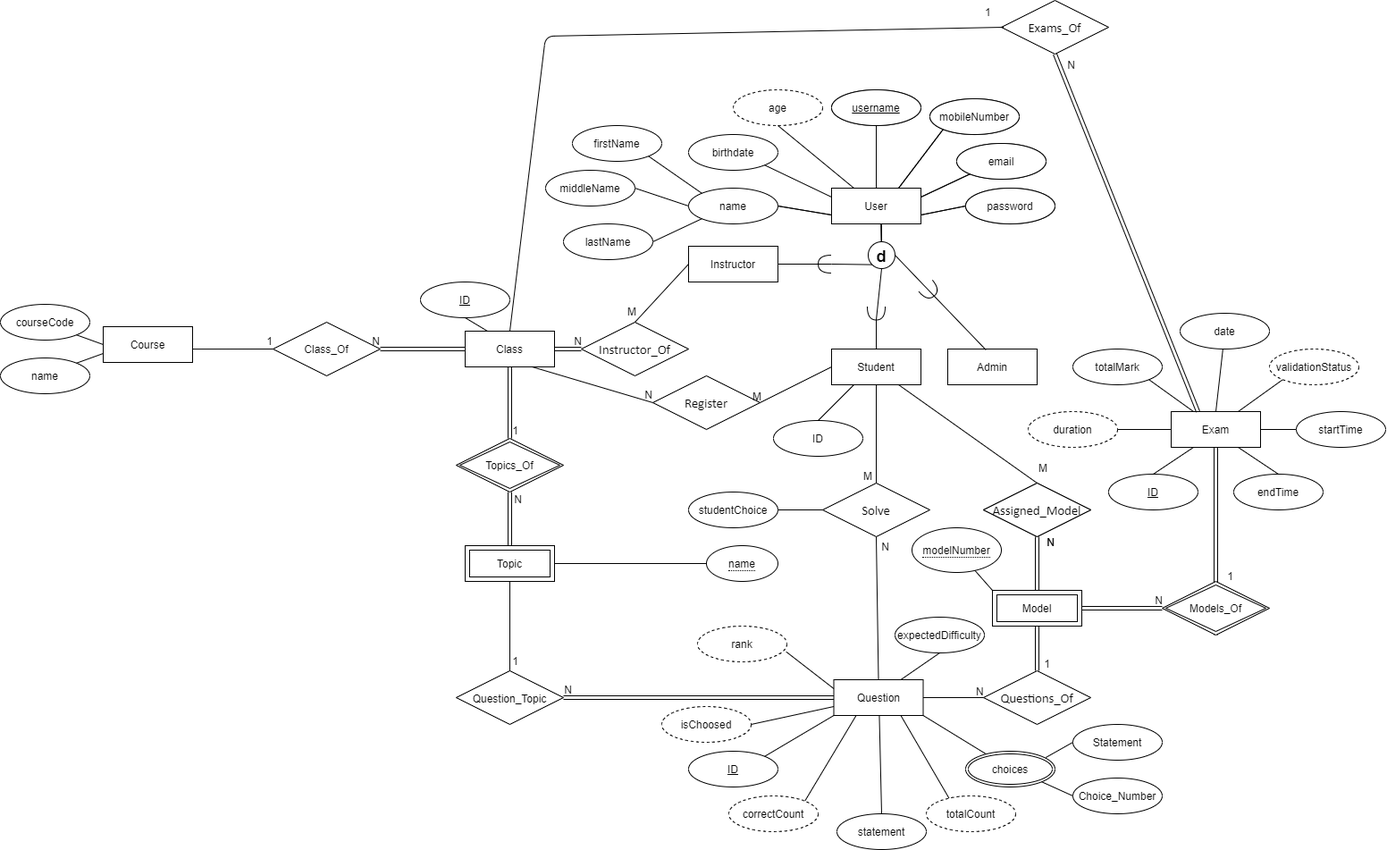
This is Database Design/ERD.png from aymanred121/Examination-Management-System, a draw.io export, as it was before one commit. Source tidied: cells renumbered, new cells last; positions are measured from the earlier drawing's top-left corner, leaving out a move shared by most shapes.
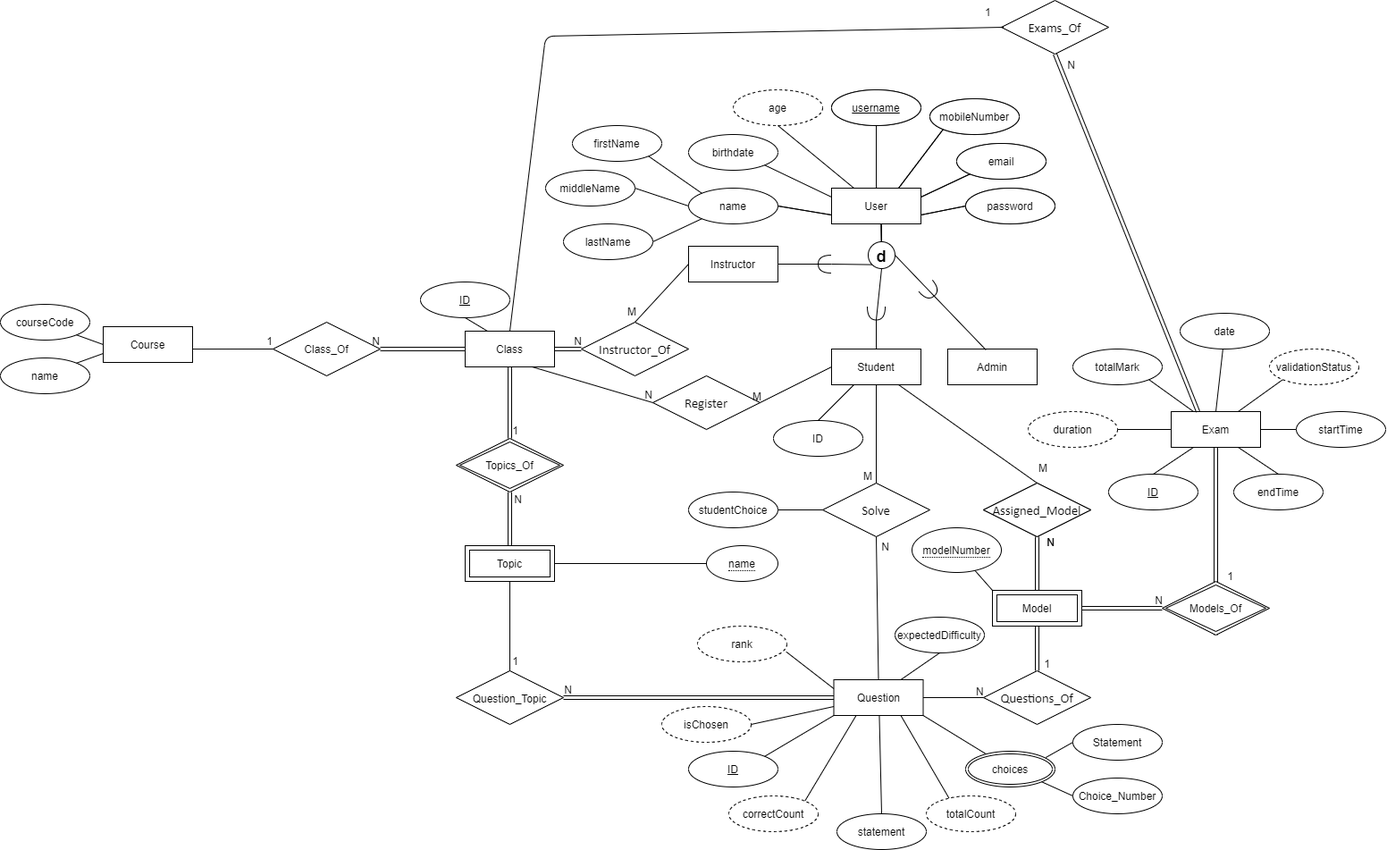
Above is the later version.

Change to the diagram source:
```diff
@@ -469,7 +469,7 @@
     <mxCell id="142" value="totalCount" style="ellipse;whiteSpace=wrap;html=1;align=center;dashed=1;" parent="1" vertex="1">
       <mxGeometry x="1036" y="890" width="100" height="40" as="geometry" />
     </mxCell>
-    <mxCell id="143" value="isChoosed" style="ellipse;whiteSpace=wrap;html=1;align=center;dashed=1;" parent="1" vertex="1">
+    <mxCell id="143" value="isChosen" style="ellipse;whiteSpace=wrap;html=1;align=center;dashed=1;" parent="1" vertex="1">
       <mxGeometry x="740" y="790" width="100" height="40" as="geometry" />
     </mxCell>
     <mxCell id="144" style="endArrow=none;html=1;entryX=0;entryY=0.75;entryDx=0;entryDy=0;exitX=1;exitY=0.5;exitDx=0;exitDy=0;" parent="1" edge="1" source="143" target="51">
```
